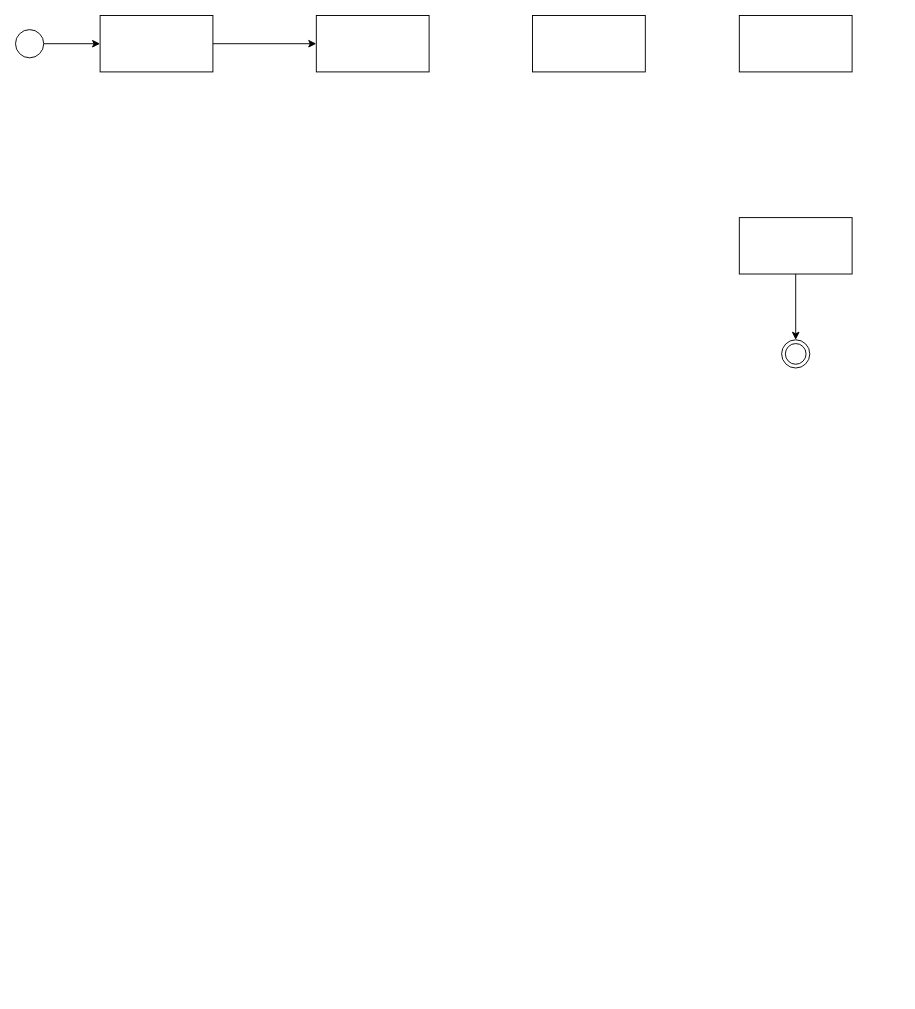
Above: Documents/State diagrams.drawio in Polidori1999/Dungeons-FriendsISPW (draw.io), before the change. Source tidied: cells renumbered, new cells numbered last; positions are measured from the earlier drawing's top-left corner, leaving out a move shared by most shapes. Both pictures are drawn from the tidied source at 94%, with x=0, y=0 at pixel (15, 15).
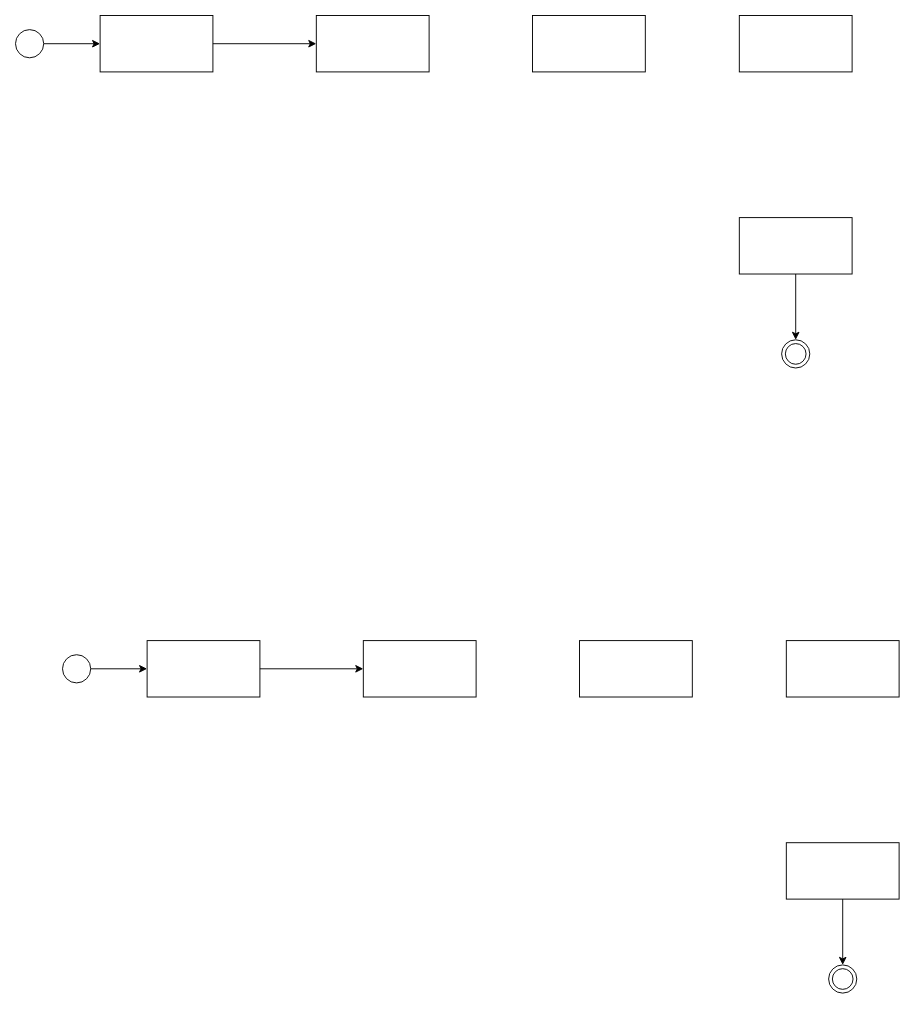
The same page after the edit.

Diff of the diagram source:
```diff
@@
+    <mxCell id="12" style="edgeStyle=orthogonalEdgeStyle;rounded=0;jettySize=auto;html=1;exitX=1;exitY=0.5;exitDx=0;exitDy=0;" parent="1" edge="1" source="13" target="14">
+      <mxGeometry relative="1" as="geometry" />
+    </mxCell>
+    <mxCell id="13" style="ellipse;" parent="1" vertex="1">
+      <mxGeometry x="50" y="680" width="30" height="30" as="geometry" />
+    </mxCell>
+    <mxCell id="14" style="rounded=0;whiteSpace=wrap;html=1;" parent="1" vertex="1">
+      <mxGeometry x="140" y="665" width="120" height="60" as="geometry" />
+    </mxCell>
+    <mxCell id="15" style="rounded=0;whiteSpace=wrap;html=1;" parent="1" vertex="1">
+      <mxGeometry x="370" y="665" width="120" height="60" as="geometry" />
+    </mxCell>
+    <mxCell id="16" style="endArrow=classic;html=1;rounded=0;exitX=1;exitY=0.5;exitDx=0;exitDy=0;entryX=0;entryY=0.5;entryDx=0;entryDy=0;" parent="1" edge="1" source="14" target="15">
+      <mxGeometry relative="1" as="geometry" />
+    </mxCell>
+    <mxCell id="17" style="rounded=0;whiteSpace=wrap;html=1;" parent="1" vertex="1">
+      <mxGeometry x="600" y="665" width="120" height="60" as="geometry" />
+    </mxCell>
+    <mxCell id="18" style="rounded=0;whiteSpace=wrap;html=1;" parent="1" vertex="1">
+      <mxGeometry x="820" y="665" width="120" height="60" as="geometry" />
+    </mxCell>
+    <mxCell id="19" style="rounded=0;whiteSpace=wrap;html=1;" parent="1" vertex="1">
+      <mxGeometry x="820" y="880" width="120" height="60" as="geometry" />
+    </mxCell>
+    <mxCell id="20" style="endArrow=classic;html=1;rounded=0;exitX=0.5;exitY=1;exitDx=0;exitDy=0;entryX=0.5;entryY=0;entryDx=0;entryDy=0;" parent="1" edge="1" source="19" target="21">
+      <mxGeometry relative="1" as="geometry" />
+    </mxCell>
+    <mxCell id="21" style="ellipse;shape=doubleEllipse;html=1;dashed=0;whiteSpace=wrap;" parent="1" vertex="1">
+      <mxGeometry x="865" y="1010" width="30" height="30" as="geometry" />
+    </mxCell>
```
